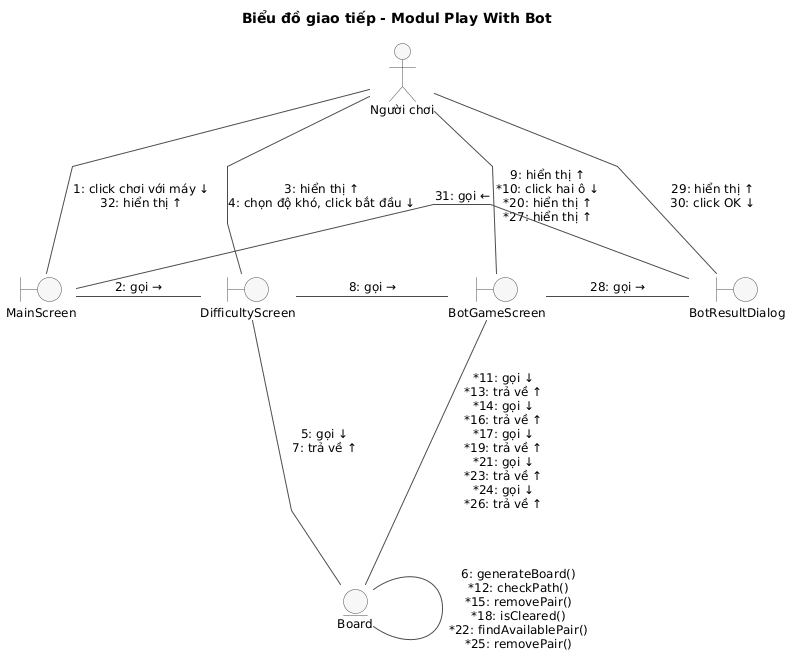
VattenL/mobile-pikachu keeps this PlantUML diagram as docs/uml/pha2/comm-m2.png. Above is the earlier version.
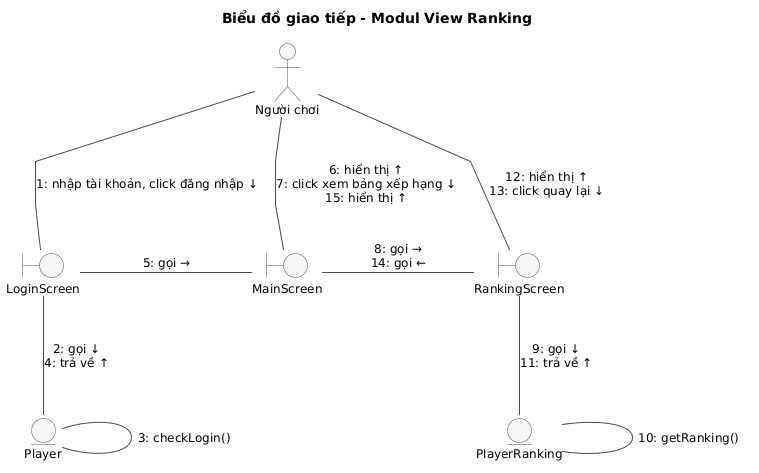
After the commit.

Diff of the diagram source:
```diff
@@ -1,10 +1,10 @@
 @startuml
-title Biểu đồ giao tiếp - Modul Play With Bot
+title Biểu đồ giao tiếp - Modul View Ranking
 
 skinparam shadowing false
 skinparam linetype polyline
 skinparam nodesep 70
-skinparam ranksep 100
+skinparam ranksep 90
 skinparam defaultFontSize 12
 skinparam ArrowColor #4A4A4A
 skinparam actor {
@@ -22,22 +22,20 @@
 
 actor "Người chơi" as Actor
 
+boundary LoginScreen
 boundary MainScreen
-boundary DifficultyScreen
-boundary BotGameScreen
-boundary BotResultDialog
+boundary RankingScreen
 
-entity Board
+entity Player
+entity PlayerRanking
 
-Actor -down- MainScreen : "1: click chơi với máy ↓\n32: hiển thị ↑"
-Actor -down- DifficultyScreen : "3: hiển thị ↑\n4: chọn độ khó, click bắt đầu ↓"
-Actor -down- BotGameScreen : "9: hiển thị ↑\n<U+002A>10: click hai ô ↓\n<U+002A>20: hiển thị ↑\n<U+002A>27: hiển thị ↑"
-Actor -down- BotResultDialog : "29: hiển thị ↑\n30: click OK ↓"
-MainScreen -right- DifficultyScreen : "2: gọi →"
-DifficultyScreen -right- BotGameScreen : "8: gọi →"
-BotGameScreen -right- BotResultDialog : "28: gọi →"
-BotResultDialog -[norank]- MainScreen : "31: gọi ←"
-DifficultyScreen -down- Board : "5: gọi ↓\n7: trả về ↑"
-BotGameScreen -down- Board : "<U+002A>11: gọi ↓\n<U+002A>13: trả về ↑\n<U+002A>14: gọi ↓\n<U+002A>16: trả về ↑\n<U+002A>17: gọi ↓\n<U+002A>19: trả về ↑\n<U+002A>21: gọi ↓\n<U+002A>23: trả về ↑\n<U+002A>24: gọi ↓\n<U+002A>26: trả về ↑"
-Board -right- Board : "6: generateBoard()\n<U+002A>12: checkPath()\n<U+002A>15: removePair()\n<U+002A>18: isCleared()\n<U+002A>22: findAvailablePair()\n<U+002A>25: removePair()"
+Actor -down- LoginScreen : "1: nhập tài khoản, click đăng nhập ↓"
+Actor -down- MainScreen : "6: hiển thị ↑\n7: click xem bảng xếp hạng ↓\n15: hiển thị ↑"
+Actor -down- RankingScreen : "12: hiển thị ↑\n13: click quay lại ↓"
+LoginScreen -right- MainScreen : "5: gọi →"
+MainScreen -right- RankingScreen : "8: gọi →\n14: gọi ←"
+LoginScreen -down- Player : "2: gọi ↓\n4: trả về ↑"
+Player -right- Player : "3: checkLogin()"
+RankingScreen -down- PlayerRanking : "9: gọi ↓\n11: trả về ↑"
+PlayerRanking -right- PlayerRanking : "10: getRanking()"
 @enduml
```
